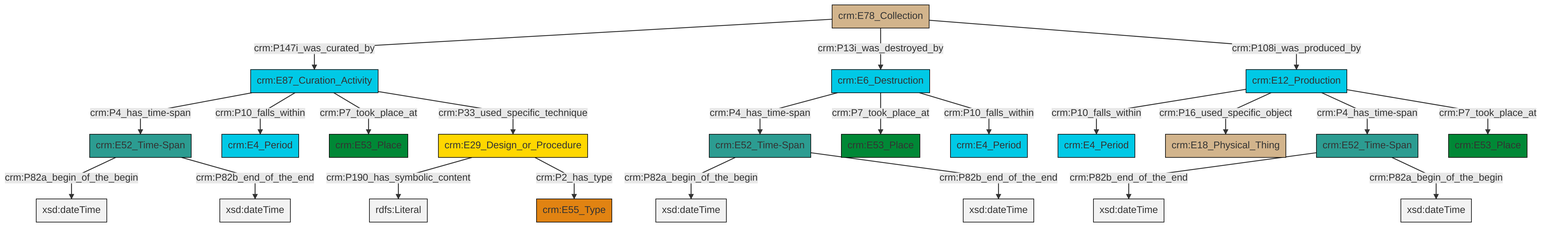
Above: et/archivalCSV/ttl/mmd/png/archival_existence.png in swiss-art-research-net/docs.swissartresearch (Mermaid), before the change. Its source is kept beside it as et/archivalCSV/ttl/mmd/archival_existence.ttl.mmd.
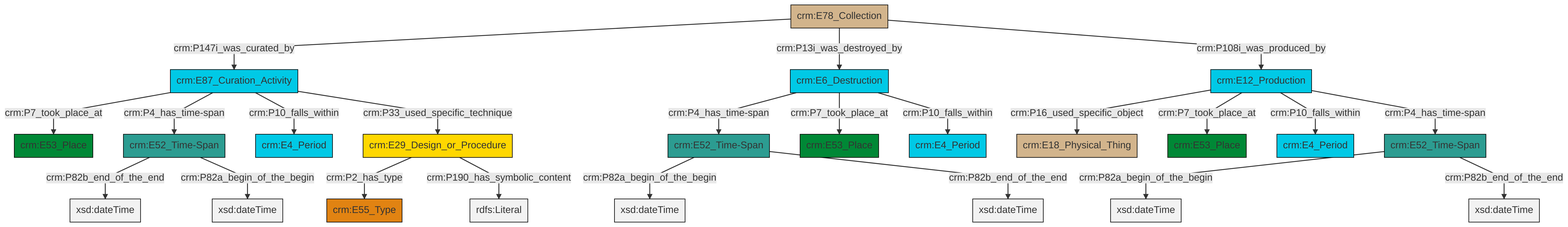
The same file after the commit.

What changed in the source:
```diff
@@ -13,25 +13,25 @@
 classDef PC_Classes fill:#4ce600, stroke:#000000;
 classDef Multi fill:#cccccc,stroke:#000000;
 
-0["crm:E6_Destruction"]:::Temporal_Entity -->|crm:P4_has_time-span| 1["crm:E52_Time-Span"]:::Time-Span
 2["crm:E52_Time-Span"]:::Time-Span -->|crm:P82a_begin_of_the_begin| 3[xsd:dateTime]:::Literal
-4["crm:E29_Design_or_Procedure"]:::Conceptual_Object -->|crm:P190_has_symbolic_content| 5[rdfs:Literal]:::Literal
-1["crm:E52_Time-Span"]:::Time-Span -->|crm:P82a_begin_of_the_begin| 6[xsd:dateTime]:::Literal
-7["crm:E78_Collection"]:::Physical_Thing -->|crm:P147i_was_curated_by| 8["crm:E87_Curation_Activity"]:::Temporal_Entity
-0["crm:E6_Destruction"]:::Temporal_Entity -->|crm:P7_took_place_at| 11["crm:E53_Place"]:::Place
-1["crm:E52_Time-Span"]:::Time-Span -->|crm:P82b_end_of_the_end| 16[xsd:dateTime]:::Literal
-17["crm:E52_Time-Span"]:::Time-Span -->|crm:P82b_end_of_the_end| 18[xsd:dateTime]:::Literal
-8["crm:E87_Curation_Activity"]:::Temporal_Entity -->|crm:P4_has_time-span| 2["crm:E52_Time-Span"]:::Time-Span
-0["crm:E6_Destruction"]:::Temporal_Entity -->|crm:P10_falls_within| 9["crm:E4_Period"]:::Temporal_Entity
-8["crm:E87_Curation_Activity"]:::Temporal_Entity -->|crm:P10_falls_within| 19["crm:E4_Period"]:::Temporal_Entity
-14["crm:E12_Production"]:::Temporal_Entity -->|crm:P10_falls_within| 23["crm:E4_Period"]:::Temporal_Entity
-14["crm:E12_Production"]:::Temporal_Entity -->|crm:P16_used_specific_object| 24["crm:E18_Physical_Thing"]:::Physical_Thing
-2["crm:E52_Time-Span"]:::Time-Span -->|crm:P82b_end_of_the_end| 31[xsd:dateTime]:::Literal
-7["crm:E78_Collection"]:::Physical_Thing -->|crm:P13i_was_destroyed_by| 0["crm:E6_Destruction"]:::Temporal_Entity
-14["crm:E12_Production"]:::Temporal_Entity -->|crm:P4_has_time-span| 17["crm:E52_Time-Span"]:::Time-Span
-8["crm:E87_Curation_Activity"]:::Temporal_Entity -->|crm:P7_took_place_at| 12["crm:E53_Place"]:::Place
-4["crm:E29_Design_or_Procedure"]:::Conceptual_Object -->|crm:P2_has_type| 34["crm:E55_Type"]:::Type
-8["crm:E87_Curation_Activity"]:::Temporal_Entity -->|crm:P33_used_specific_technique| 4["crm:E29_Design_or_Procedure"]:::Conceptual_Object
-14["crm:E12_Production"]:::Temporal_Entity -->|crm:P7_took_place_at| 32["crm:E53_Place"]:::Place
-7["crm:E78_Collection"]:::Physical_Thing -->|crm:P108i_was_produced_by| 14["crm:E12_Production"]:::Temporal_Entity
-17["crm:E52_Time-Span"]:::Time-Span -->|crm:P82a_begin_of_the_begin| 38[xsd:dateTime]:::Literal
+12["crm:E78_Collection"]:::Physical_Thing -->|crm:P147i_was_curated_by| 13["crm:E87_Curation_Activity"]:::Temporal_Entity
+4["crm:E12_Production"]:::Temporal_Entity -->|crm:P16_used_specific_object| 16["crm:E18_Physical_Thing"]:::Physical_Thing
+0["crm:E29_Design_or_Procedure"]:::Conceptual_Object -->|crm:P2_has_type| 14["crm:E55_Type"]:::Type
+6["crm:E6_Destruction"]:::Temporal_Entity -->|crm:P4_has_time-span| 17["crm:E52_Time-Span"]:::Time-Span
+13["crm:E87_Curation_Activity"]:::Temporal_Entity -->|crm:P7_took_place_at| 10["crm:E53_Place"]:::Place
+12["crm:E78_Collection"]:::Physical_Thing -->|crm:P13i_was_destroyed_by| 6["crm:E6_Destruction"]:::Temporal_Entity
+17["crm:E52_Time-Span"]:::Time-Span -->|crm:P82a_begin_of_the_begin| 19[xsd:dateTime]:::Literal
+4["crm:E12_Production"]:::Temporal_Entity -->|crm:P7_took_place_at| 8["crm:E53_Place"]:::Place
+4["crm:E12_Production"]:::Temporal_Entity -->|crm:P10_falls_within| 23["crm:E4_Period"]:::Temporal_Entity
+13["crm:E87_Curation_Activity"]:::Temporal_Entity -->|crm:P4_has_time-span| 24["crm:E52_Time-Span"]:::Time-Span
+13["crm:E87_Curation_Activity"]:::Temporal_Entity -->|crm:P10_falls_within| 20["crm:E4_Period"]:::Temporal_Entity
+12["crm:E78_Collection"]:::Physical_Thing -->|crm:P108i_was_produced_by| 4["crm:E12_Production"]:::Temporal_Entity
+17["crm:E52_Time-Span"]:::Time-Span -->|crm:P82b_end_of_the_end| 27[xsd:dateTime]:::Literal
+6["crm:E6_Destruction"]:::Temporal_Entity -->|crm:P7_took_place_at| 28["crm:E53_Place"]:::Place
+24["crm:E52_Time-Span"]:::Time-Span -->|crm:P82b_end_of_the_end| 31[xsd:dateTime]:::Literal
+4["crm:E12_Production"]:::Temporal_Entity -->|crm:P4_has_time-span| 2["crm:E52_Time-Span"]:::Time-Span
+0["crm:E29_Design_or_Procedure"]:::Conceptual_Object -->|crm:P190_has_symbolic_content| 32[rdfs:Literal]:::Literal
+2["crm:E52_Time-Span"]:::Time-Span -->|crm:P82b_end_of_the_end| 33[xsd:dateTime]:::Literal
+13["crm:E87_Curation_Activity"]:::Temporal_Entity -->|crm:P33_used_specific_technique| 0["crm:E29_Design_or_Procedure"]:::Conceptual_Object
+24["crm:E52_Time-Span"]:::Time-Span -->|crm:P82a_begin_of_the_begin| 38[xsd:dateTime]:::Literal
+6["crm:E6_Destruction"]:::Temporal_Entity -->|crm:P10_falls_within| 25["crm:E4_Period"]:::Temporal_Entity
```
